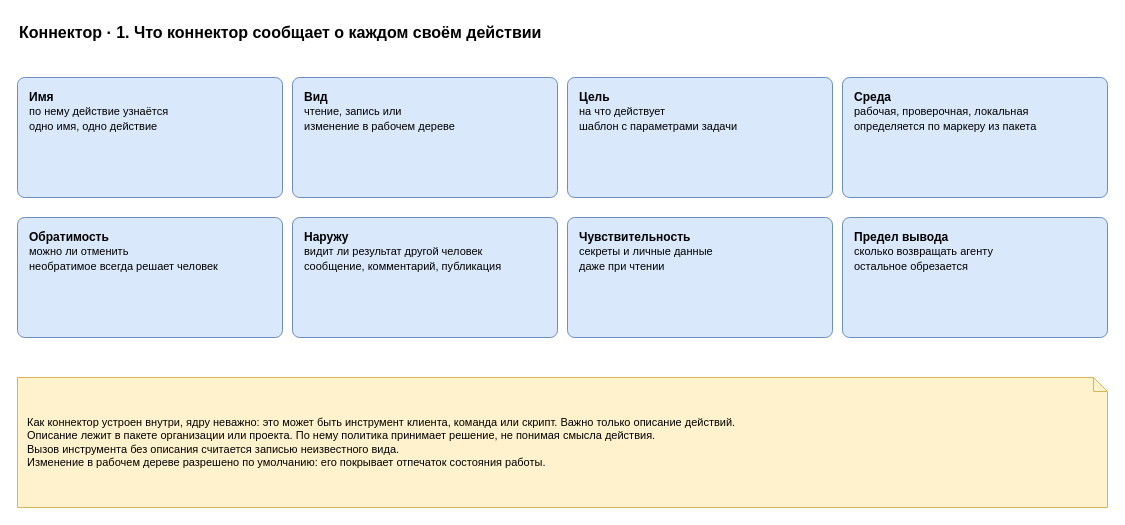
This is page "1. Описание действия" (1 of 6) of docs/spec/harness-connector.drawio from roygkov/reins, a draw.io file, before an edit. Source tidied: cells renumbered, new cells numbered last; positions are measured from the earlier drawing's top-left corner, leaving out a move shared by most shapes. Both pictures are drawn from the tidied source at 100%, with x=0, y=0 at pixel (17, 17).
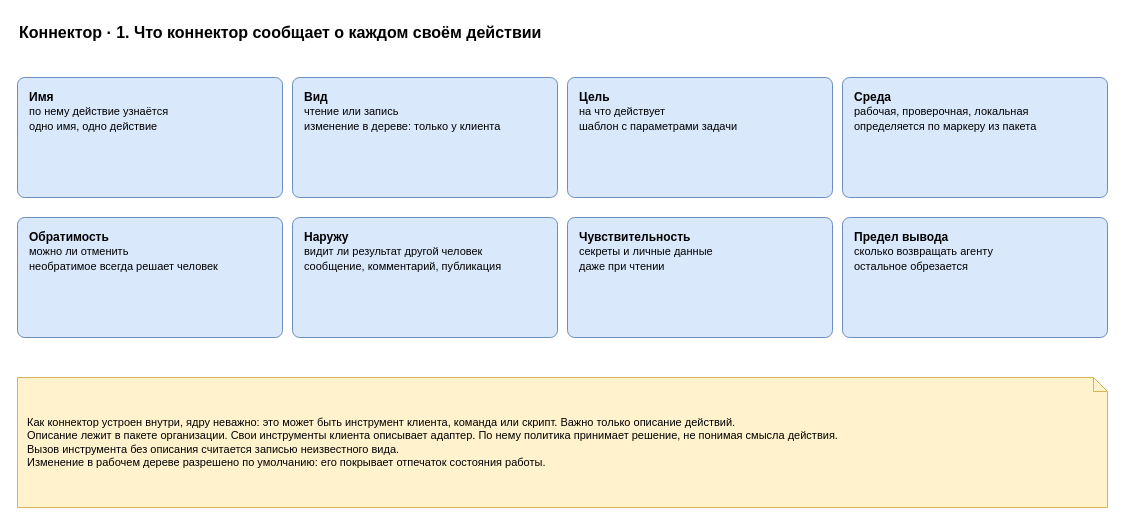
The same diagram, later.

What changed in the source:
```diff
@@
 <mxGraphModel>
   <root>
     <mxCell id="0" />
     <mxCell id="1" parent="0" />
     <mxCell id="2" value="Коннектор · 1. Что коннектор сообщает о каждом своём действии" style="text;html=1;align=left;verticalAlign=middle;whiteSpace=wrap;fontSize=16;strokeColor=none;fillColor=none;fontStyle=1;" parent="1" vertex="1">
       <mxGeometry width="900" height="30" as="geometry" />
     </mxCell>
     <mxCell id="3" value="&lt;b&gt;Имя&lt;/b&gt;&lt;br&gt;&lt;font style=&quot;font-size:11px&quot;&gt;по нему действие узнаётся&lt;br&gt;одно имя, одно действие&lt;/font&gt;" style="rounded=1;whiteSpace=wrap;html=1;fillColor=#dae8fc;strokeColor=#6c8ebf;arcSize=6;align=left;verticalAlign=top;spacingLeft=10;spacingTop=6;spacingRight=6;" parent="1" vertex="1">
       <mxGeometry y="60" width="265" height="120" as="geometry" />
     </mxCell>
-    <mxCell id="4" value="&lt;b&gt;Вид&lt;/b&gt;&lt;br&gt;&lt;font style=&quot;font-size:11px&quot;&gt;чтение, запись или&lt;br&gt;изменение в рабочем дереве&lt;/font&gt;" style="rounded=1;whiteSpace=wrap;html=1;fillColor=#dae8fc;strokeColor=#6c8ebf;arcSize=6;align=left;verticalAlign=top;spacingLeft=10;spacingTop=6;spacingRight=6;" parent="1" vertex="1">
+    <mxCell id="4" value="&lt;b&gt;Вид&lt;/b&gt;&lt;br&gt;&lt;font style=&quot;font-size:11px&quot;&gt;чтение или запись&lt;br&gt;изменение в дереве: только у клиента&lt;/font&gt;" style="rounded=1;whiteSpace=wrap;html=1;fillColor=#dae8fc;strokeColor=#6c8ebf;arcSize=6;align=left;verticalAlign=top;spacingLeft=10;spacingTop=6;spacingRight=6;" parent="1" vertex="1">
       <mxGeometry x="275" y="60" width="265" height="120" as="geometry" />
     </mxCell>
     <mxCell id="5" value="&lt;b&gt;Цель&lt;/b&gt;&lt;br&gt;&lt;font style=&quot;font-size:11px&quot;&gt;на что действует&lt;br&gt;шаблон с параметрами задачи&lt;/font&gt;" style="rounded=1;whiteSpace=wrap;html=1;fillColor=#dae8fc;strokeColor=#6c8ebf;arcSize=6;align=left;verticalAlign=top;spacingLeft=10;spacingTop=6;spacingRight=6;" parent="1" vertex="1">
       <mxGeometry x="550" y="60" width="265" height="120" as="geometry" />
     </mxCell>
     <mxCell id="6" value="&lt;b&gt;Среда&lt;/b&gt;&lt;br&gt;&lt;font style=&quot;font-size:11px&quot;&gt;рабочая, проверочная, локальная&lt;br&gt;определяется по маркеру из пакета&lt;/font&gt;" style="rounded=1;whiteSpace=wrap;html=1;fillColor=#dae8fc;strokeColor=#6c8ebf;arcSize=6;align=left;verticalAlign=top;spacingLeft=10;spacingTop=6;spacingRight=6;" parent="1" vertex="1">
       <mxGeometry x="825" y="60" width="265" height="120" as="geometry" />
     </mxCell>
     <mxCell id="7" value="&lt;b&gt;Обратимость&lt;/b&gt;&lt;br&gt;&lt;font style=&quot;font-size:11px&quot;&gt;можно ли отменить&lt;br&gt;необратимое всегда решает человек&lt;/font&gt;" style="rounded=1;whiteSpace=wrap;html=1;fillColor=#dae8fc;strokeColor=#6c8ebf;arcSize=6;align=left;verticalAlign=top;spacingLeft=10;spacingTop=6;spacingRight=6;" parent="1" vertex="1">
       <mxGeometry y="200" width="265" height="120" as="geometry" />
     </mxCell>
     <mxCell id="8" value="&lt;b&gt;Наружу&lt;/b&gt;&lt;br&gt;&lt;font style=&quot;font-size:11px&quot;&gt;видит ли результат другой человек&lt;br&gt;сообщение, комментарий, публикация&lt;/font&gt;" style="rounded=1;whiteSpace=wrap;html=1;fillColor=#dae8fc;strokeColor=#6c8ebf;arcSize=6;align=left;verticalAlign=top;spacingLeft=10;spacingTop=6;spacingRight=6;" parent="1" vertex="1">
       <mxGeometry x="275" y="200" width="265" height="120" as="geometry" />
     </mxCell>
     <mxCell id="9" value="&lt;b&gt;Чувствительность&lt;/b&gt;&lt;br&gt;&lt;font style=&quot;font-size:11px&quot;&gt;секреты и личные данные&lt;br&gt;даже при чтении&lt;/font&gt;" style="rounded=1;whiteSpace=wrap;html=1;fillColor=#dae8fc;strokeColor=#6c8ebf;arcSize=6;align=left;verticalAlign=top;spacingLeft=10;spacingTop=6;spacingRight=6;" parent="1" vertex="1">
       <mxGeometry x="550" y="200" width="265" height="120" as="geometry" />
     </mxCell>
     <mxCell id="10" value="&lt;b&gt;Предел вывода&lt;/b&gt;&lt;br&gt;&lt;font style=&quot;font-size:11px&quot;&gt;сколько возвращать агенту&lt;br&gt;остальное обрезается&lt;/font&gt;" style="rounded=1;whiteSpace=wrap;html=1;fillColor=#dae8fc;strokeColor=#6c8ebf;arcSize=6;align=left;verticalAlign=top;spacingLeft=10;spacingTop=6;spacingRight=6;" parent="1" vertex="1">
       <mxGeometry x="825" y="200" width="265" height="120" as="geometry" />
     </mxCell>
-    <mxCell id="11" value="Как коннектор устроен внутри, ядру неважно: это может быть инструмент клиента, команда или скрипт. Важно только описание действий.&lt;br&gt;Описание лежит в пакете организации или проекта. По нему политика принимает решение, не понимая смысла действия.&lt;br&gt;Вызов инструмента без описания считается записью неизвестного вида.&lt;br&gt;Изменение в рабочем дереве разрешено по умолчанию: его покрывает отпечаток состояния работы." style="shape=note;whiteSpace=wrap;html=1;backgroundOutline=1;size=14;fillColor=#fff2cc;strokeColor=#d6b656;align=left;spacingLeft=8;spacingRight=8;fontSize=11;" parent="1" vertex="1">
+    <mxCell id="11" value="Как коннектор устроен внутри, ядру неважно: это может быть инструмент клиента, команда или скрипт. Важно только описание действий.&lt;br&gt;Описание лежит в пакете организации. Свои инструменты клиента описывает адаптер. По нему политика принимает решение, не понимая смысла действия.&lt;br&gt;Вызов инструмента без описания считается записью неизвестного вида.&lt;br&gt;Изменение в рабочем дереве разрешено по умолчанию: его покрывает отпечаток состояния работы." style="shape=note;whiteSpace=wrap;html=1;backgroundOutline=1;size=14;fillColor=#fff2cc;strokeColor=#d6b656;align=left;spacingLeft=8;spacingRight=8;fontSize=11;" parent="1" vertex="1">
       <mxGeometry y="360" width="1090" height="130" as="geometry" />
     </mxCell>
   </root>
 </mxGraphModel>
```
